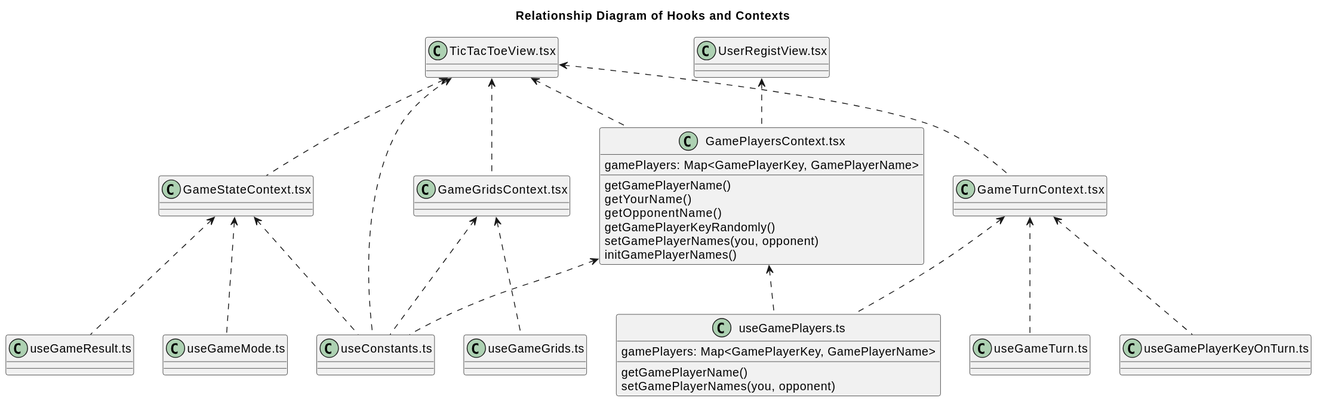
Before: tic-tac-toe/md/hooks-contexts-relationship-diagram.svg, a diagram exported from PlantUML (hi2k1978/react-samples). The source it was exported from:
```plantuml
@startuml
title Relationship Diagram of Hooks and Contexts

class "UserRegistView.tsx" as UserRegistView {

}
class "TicTacToeView.tsx" as TicTacToeView {

}


class "GameGridsContext.tsx" as GameGridsContext {
}

class "GamePlayersContext.tsx" as GamePlayersContext {
      gamePlayers: Map<GamePlayerKey, GamePlayerName>
      getGamePlayerName()
      getYourName()
      getOpponentName()
      getGamePlayerKeyRandomly()
      setGamePlayerNames(you, opponent)
      initGamePlayerNames()
}

class "GameStateContext.tsx" as GameStateContext {
}

class "GameTurnContext.tsx" as GameTurnContext {
}


class "useConstants.ts" as useConstants {}

class "useGameGrids.ts" as useGameGrids {}

class "useGamePlayers.ts" as useGamePlayers {
      gamePlayers: Map<GamePlayerKey, GamePlayerName>
      getGamePlayerName()
      setGamePlayerNames(you, opponent)
}

class "useGameMode.ts" as useGameMode {}
class "useGameResult.ts" as useGameResult {}
class "useGameTurn.ts" as useGameTurn {}
class "useGamePlayerKeyOnTurn.ts" as useGamePlayerKeyOnTurn {}

UserRegistView <.. GamePlayersContext
TicTacToeView <.. GameGridsContext
TicTacToeView <.. GamePlayersContext
TicTacToeView <.. GameStateContext
TicTacToeView <.. GameTurnContext
TicTacToeView <.. useConstants

GameGridsContext <.. useConstants
GameGridsContext <.. useGameGrids

GamePlayersContext <.. useConstants
GamePlayersContext <.. useGamePlayers

GameStateContext <.. useConstants
GameStateContext <.. useGameMode
GameStateContext <.. useGameResult

GameTurnContext <.. useGamePlayers
GameTurnContext <.. useGameTurn
GameTurnContext <.. useGamePlayerKeyOnTurn

@enduml
```
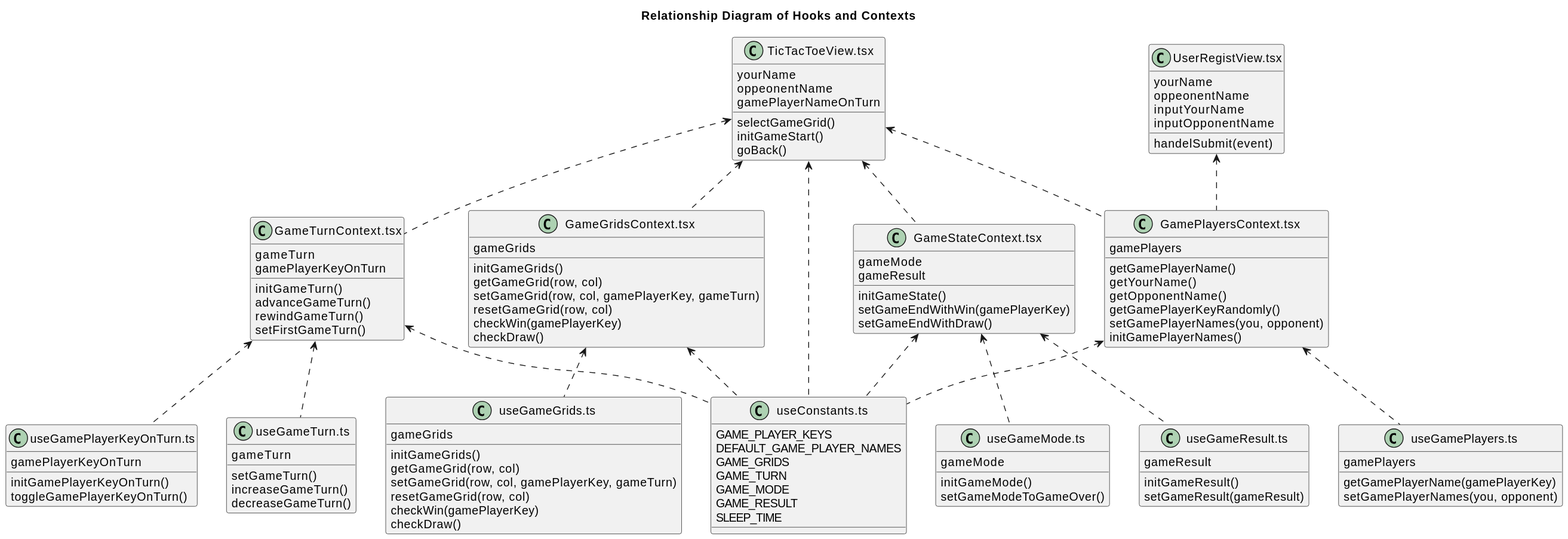
The same diagram one commit later.

Commit message:
generate svgs

Change to the diagram source:
```diff
@@ -2,18 +2,34 @@
 title Relationship Diagram of Hooks and Contexts
 
 class "UserRegistView.tsx" as UserRegistView {
-
-}
-class "TicTacToeView.tsx" as TicTacToeView {
-
+      yourName
+      oppeonentName
+      inputYourName
+      inputOpponentName
+      handelSubmit(event)
 }
 
+class "TicTacToeView.tsx" as TicTacToeView {
+      yourName
+      oppeonentName
+      gamePlayerNameOnTurn
+      selectGameGrid()
+      initGameStart()
+      goBack()
+}
 
 class "GameGridsContext.tsx" as GameGridsContext {
+      gameGrids
+      initGameGrids()
+      getGameGrid(row, col)
+      setGameGrid(row, col, gamePlayerKey, gameTurn)
+      resetGameGrid(row, col)
+      checkWin(gamePlayerKey)
+      checkDraw()
 }
 
 class "GamePlayersContext.tsx" as GamePlayersContext {
-      gamePlayers: Map<GamePlayerKey, GamePlayerName>
+      gamePlayers
       getGamePlayerName()
       getYourName()
       getOpponentName()
@@ -23,26 +39,73 @@
 }
 
 class "GameStateContext.tsx" as GameStateContext {
+      gameMode
+      gameResult
+      initGameState()
+      setGameEndWithWin(gamePlayerKey)
+      setGameEndWithDraw()
 }
 
 class "GameTurnContext.tsx" as GameTurnContext {
+      gameTurn
+      gamePlayerKeyOnTurn
+      initGameTurn()
+      advanceGameTurn()
+      rewindGameTurn()
+      setFirstGameTurn()
 }
 
 
-class "useConstants.ts" as useConstants {}
+class "useConstants.ts" as useConstants {
+      GAME_PLAYER_KEYS
+      DEFAULT_GAME_PLAYER_NAMES
+      GAME_GRIDS
+      GAME_TURN
+      GAME_MODE
+      GAME_RESULT
+      SLEEP_TIME
+}
 
-class "useGameGrids.ts" as useGameGrids {}
+class "useGameGrids.ts" as useGameGrids {
+      gameGrids
+      initGameGrids()
+      getGameGrid(row, col)
+      setGameGrid(row, col, gamePlayerKey, gameTurn)
+      resetGameGrid(row, col)
+      checkWin(gamePlayerKey)
+      checkDraw()
+}
 
 class "useGamePlayers.ts" as useGamePlayers {
-      gamePlayers: Map<GamePlayerKey, GamePlayerName>
-      getGamePlayerName()
+      gamePlayers
+      getGamePlayerName(gamePlayerKey)
       setGamePlayerNames(you, opponent)
 }
 
-class "useGameMode.ts" as useGameMode {}
-class "useGameResult.ts" as useGameResult {}
-class "useGameTurn.ts" as useGameTurn {}
-class "useGamePlayerKeyOnTurn.ts" as useGamePlayerKeyOnTurn {}
+class "useGameMode.ts" as useGameMode {
+      gameMode
+      initGameMode()
+      setGameModeToGameOver()
+}
+
+class "useGameResult.ts" as useGameResult {
+      gameResult
+      initGameResult()
+      setGameResult(gameResult)
+}
+
+class "useGameTurn.ts" as useGameTurn {
+      gameTurn
+      setGameTurn()
+      increaseGameTurn()
+      decreaseGameTurn()
+}
+
+class "useGamePlayerKeyOnTurn.ts" as useGamePlayerKeyOnTurn {
+      gamePlayerKeyOnTurn
+      initGamePlayerKeyOnTurn()
+      toggleGamePlayerKeyOnTurn()
+}
 
 UserRegistView <.. GamePlayersContext
 TicTacToeView <.. GameGridsContext
@@ -61,8 +124,8 @@
 GameStateContext <.. useGameMode
 GameStateContext <.. useGameResult
 
-GameTurnContext <.. useGamePlayers
+GameTurnContext <.. useConstants
+GameTurnContext <.. useGamePlayerKeyOnTurn
 GameTurnContext <.. useGameTurn
-GameTurnContext <.. useGamePlayerKeyOnTurn
 
 @enduml
```
